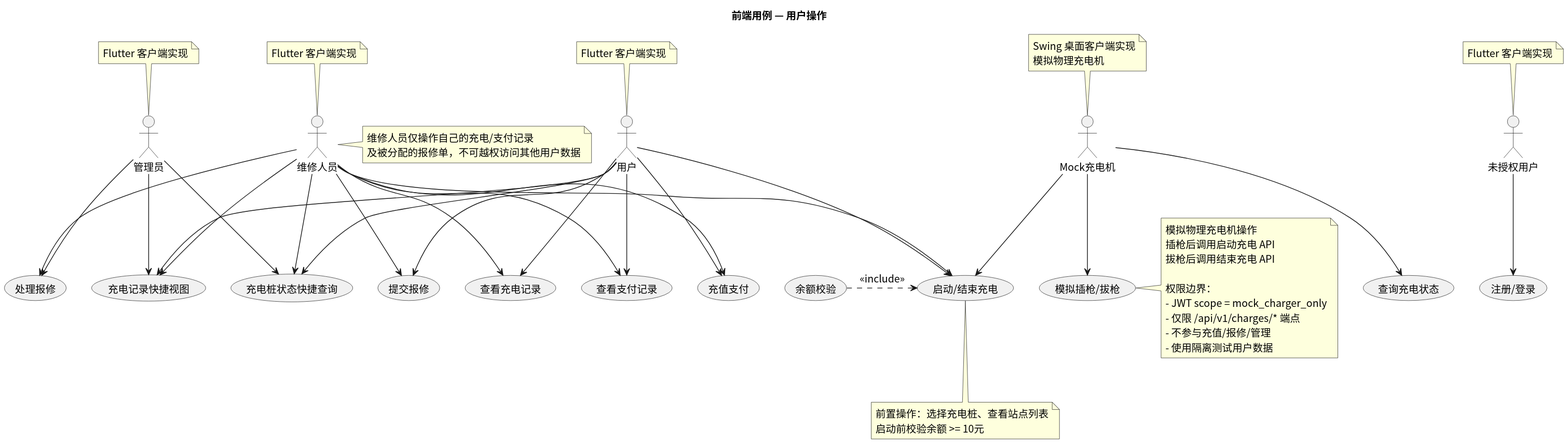
This is usecase/docs/frontend/img/frontend_usecases.svg from greenhandzdl/charging-station-doc, a PlantUML export, as it was before one commit.
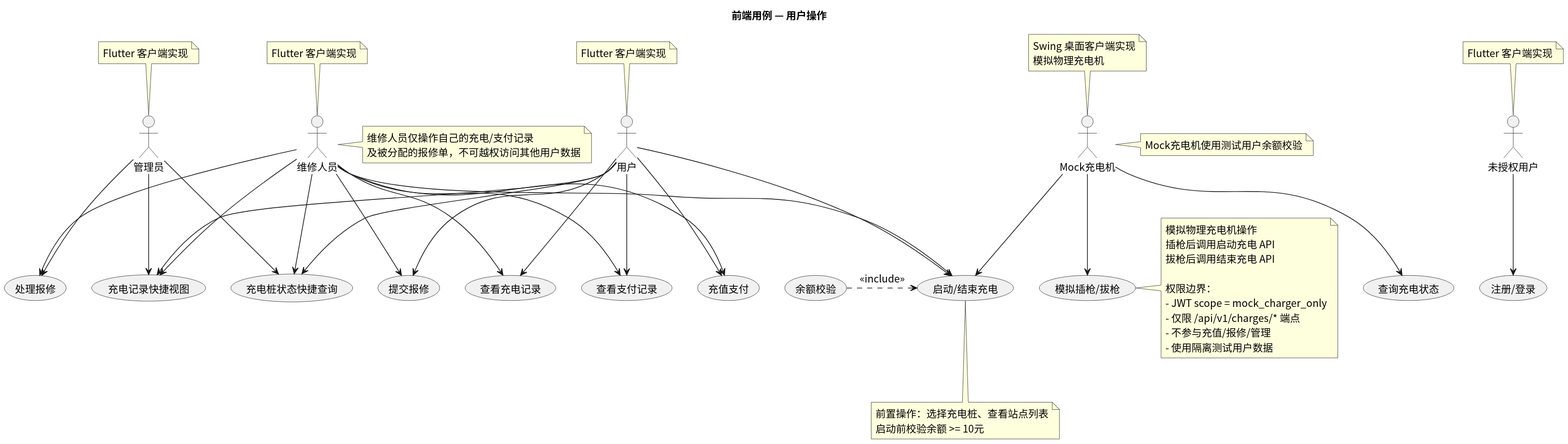
The same diagram one commit later.

What changed in the source:
```diff
@@ -53,6 +53,7 @@
 A --> QC
 MC --> MOC
 MC --> CS
+note right of MC : Mock充电机使用测试用户余额校验
 MC --> QCS
 note right of MOC : 模拟物理充电机操作\n插枪后调用启动充电 API\n拔枪后调用结束充电 API\n\n权限边界：\n- JWT scope = mock_charger_only\n- 仅限 /api/v1/charges/* 端点\n- 不参与充值/报修/管理\n- 使用隔离测试用户数据
 @enduml
```
